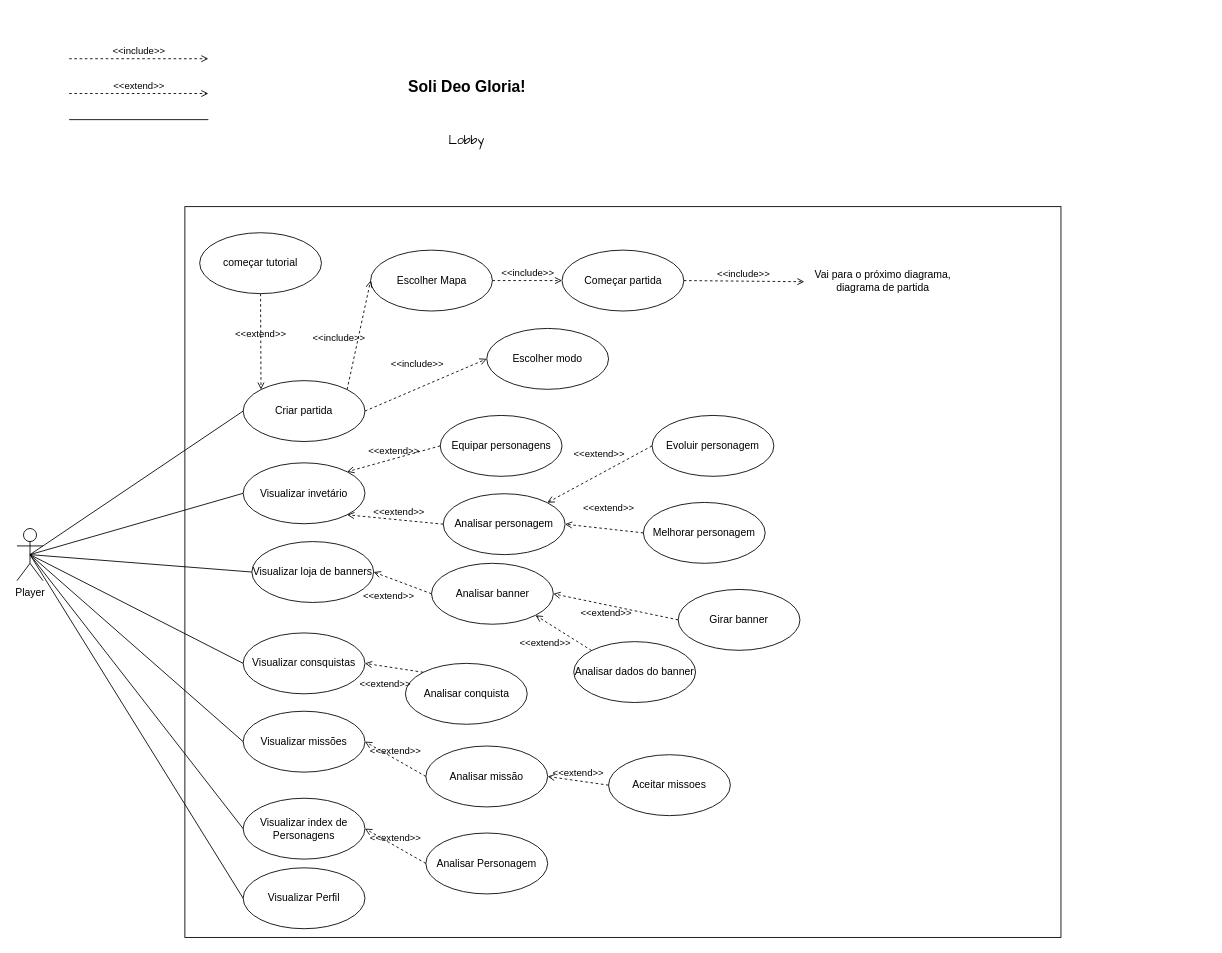
DEV-0ne-Jao/Projeto-Integrador keeps this draw.io diagram as In-Game -- Diagrama Casos de Uso.drawio. Above is the earlier version. Source tidied: cells renumbered, new cells numbered last; positions are measured from the earlier drawing's top-left corner, leaving out a move shared by most shapes. Both pictures are drawn from the tidied source at 87%, with x=0, y=0 at pixel (17, 58).
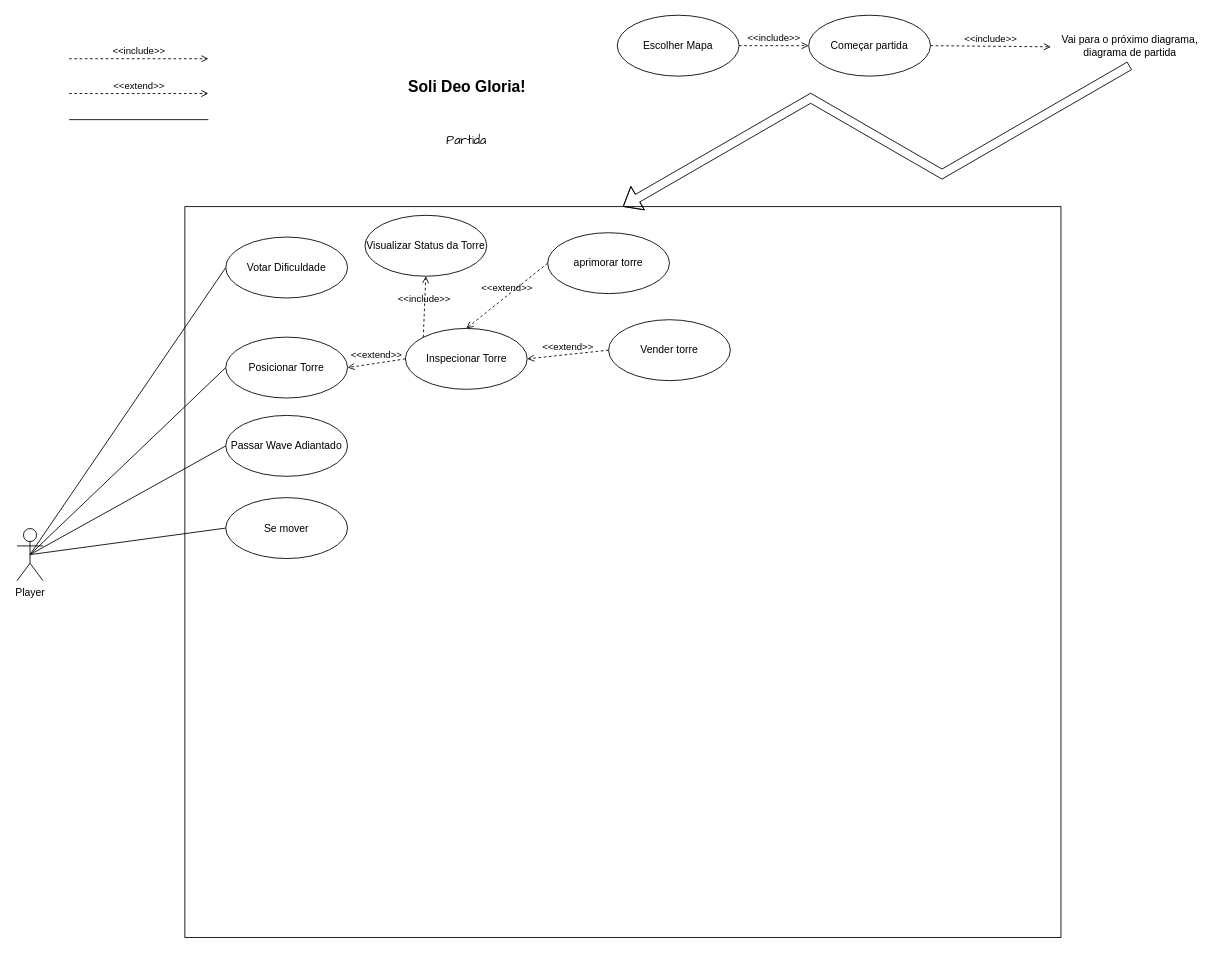
The same page after the edit.

The change refers to these unchanged cells:
```xml
<mxCell id="4" value="Player" style="shape=umlActor;verticalLabelPosition=bottom;verticalAlign=top;html=1;" parent="1" vertex="1">
  <mxGeometry y="540" width="30" height="60" as="geometry" />
</mxCell>
<mxCell id="5" style="rounded=0;whiteSpace=wrap;html=1;" parent="1" vertex="1">
  <mxGeometry x="193" y="170" width="1007" height="840" as="geometry" />
</mxCell>
```

Change to the diagram source:
```diff
@@
-    <mxCell id="2" value="&lt;font face=&quot;Comic Sans MS&quot; style=&quot;font-size: 14px;&quot;&gt;Lobby&lt;/font&gt;" style="text;html=1;align=center;verticalAlign=middle;whiteSpace=wrap;rounded=0;" parent="1" vertex="1">
+    <mxCell id="2" value="&lt;font face=&quot;Comic Sans MS&quot; style=&quot;font-size: 14px;&quot;&gt;Partida&lt;/font&gt;" style="text;html=1;align=center;verticalAlign=middle;whiteSpace=wrap;rounded=0;" parent="1" vertex="1">
       <mxGeometry x="486.5" y="80" width="60" height="30" as="geometry" />
     </mxCell>
@@
-    <mxCell id="6" value="Criar partida" style="ellipse;whiteSpace=wrap;html=1;" parent="1" vertex="1">
-      <mxGeometry x="260" y="370" width="140" height="70" as="geometry" />
+    <mxCell id="6" value="V&lt;span style=&quot;background-color: transparent; color: light-dark(rgb(0, 0, 0), rgb(255, 255, 255));&quot;&gt;otar Dificuldade&lt;/span&gt;" style="ellipse;whiteSpace=wrap;html=1;" parent="1" vertex="1">
+      <mxGeometry x="240" y="205" width="140" height="70" as="geometry" />
     </mxCell>
@@
-    <mxCell id="10" value="Equipar personagens" style="ellipse;whiteSpace=wrap;html=1;" parent="1" vertex="1">
-      <mxGeometry x="486.5" y="410" width="140" height="70" as="geometry" />
-    </mxCell>
-    <mxCell id="11" value="&amp;lt;&amp;lt;extend&amp;gt;&amp;gt;" style="html=1;verticalAlign=bottom;labelBackgroundColor=none;endArrow=open;endFill=0;dashed=1;rounded=0;entryX=0;entryY=0;entryDx=0;entryDy=0;exitX=0.5;exitY=1;exitDx=0;exitDy=0;" parent="1" edge="1" source="12" target="6">
-      <mxGeometry relative="1" as="geometry" />
-    </mxCell>
-    <mxCell id="12" value="começar tutorial" style="ellipse;whiteSpace=wrap;html=1;" parent="1" vertex="1">
-      <mxGeometry x="210" y="200" width="140" height="70" as="geometry" />
-    </mxCell>
     <mxCell id="13" value="Escolher Mapa" style="ellipse;whiteSpace=wrap;html=1;" parent="1" vertex="1">
-      <mxGeometry x="406.5" y="220" width="140" height="70" as="geometry" />
+      <mxGeometry x="690" y="-50" width="140" height="70" as="geometry" />
     </mxCell>
-    <mxCell id="14" value="&amp;lt;&amp;lt;include&amp;gt;&amp;gt;" style="html=1;verticalAlign=bottom;labelBackgroundColor=none;endArrow=open;endFill=0;dashed=1;rounded=0;exitX=1;exitY=0;exitDx=0;exitDy=0;entryX=0;entryY=0.5;entryDx=0;entryDy=0;" parent="1" edge="1" source="6" target="13">
-      <mxGeometry x="-0.26" y="20" relative="1" as="geometry" />
-    </mxCell>
@@
-    <mxCell id="16" style="endArrow=none;html=1;rounded=0;exitX=0.5;exitY=0.5;exitDx=0;exitDy=0;exitPerimeter=0;entryX=0;entryY=0.5;entryDx=0;entryDy=0;" parent="1" edge="1" source="4" target="43">
-      <mxGeometry relative="1" as="geometry" />
-    </mxCell>
-    <mxCell id="17" style="endArrow=none;html=1;rounded=0;exitX=0.5;exitY=0.5;exitDx=0;exitDy=0;exitPerimeter=0;entryX=0;entryY=0.5;entryDx=0;entryDy=0;" parent="1" edge="1" source="4" target="22">
-      <mxGeometry relative="1" as="geometry" />
-    </mxCell>
-    <mxCell id="18" value="Escolher modo" style="ellipse;whiteSpace=wrap;html=1;" parent="1" vertex="1">
-      <mxGeometry x="540" y="310" width="140" height="70" as="geometry" />
-    </mxCell>
-    <mxCell id="19" value="&amp;lt;&amp;lt;include&amp;gt;&amp;gt;" style="html=1;verticalAlign=bottom;labelBackgroundColor=none;endArrow=open;endFill=0;dashed=1;rounded=0;exitX=1;exitY=0.5;exitDx=0;exitDy=0;entryX=0;entryY=0.5;entryDx=0;entryDy=0;" parent="1" edge="1" source="6" target="18">
-      <mxGeometry x="-0.04" y="18" relative="1" as="geometry" />
-    </mxCell>
@@
     <mxCell id="21" value="Começar partida" style="ellipse;whiteSpace=wrap;html=1;" parent="1" vertex="1">
-      <mxGeometry x="626.5" y="220" width="140" height="70" as="geometry" />
+      <mxGeometry x="910" y="-50" width="140" height="70" as="geometry" />
     </mxCell>
-    <mxCell id="22" value="Visualizar invetário" style="ellipse;whiteSpace=wrap;html=1;" parent="1" vertex="1">
-      <mxGeometry x="260" y="464.5" width="140" height="70" as="geometry" />
-    </mxCell>
-    <mxCell id="23" value="&amp;lt;&amp;lt;extend&amp;gt;&amp;gt;" style="html=1;verticalAlign=bottom;labelBackgroundColor=none;endArrow=open;endFill=0;dashed=1;rounded=0;exitX=0;exitY=0.5;exitDx=0;exitDy=0;entryX=1;entryY=0;entryDx=0;entryDy=0;" parent="1" edge="1" source="10" target="22">
-      <mxGeometry relative="1" as="geometry" />
-    </mxCell>
-    <mxCell id="24" value="Evoluir personagem" style="ellipse;whiteSpace=wrap;html=1;" parent="1" vertex="1">
-      <mxGeometry x="730" y="410" width="140" height="70" as="geometry" />
-    </mxCell>
-    <mxCell id="25" value="&amp;lt;&amp;lt;extend&amp;gt;&amp;gt;" style="html=1;verticalAlign=bottom;labelBackgroundColor=none;endArrow=open;endFill=0;dashed=1;rounded=0;exitX=0;exitY=0.5;exitDx=0;exitDy=0;entryX=1;entryY=0;entryDx=0;entryDy=0;" parent="1" edge="1" source="24" target="33">
-      <mxGeometry x="-0.1" y="-13" relative="1" as="geometry" />
-    </mxCell>
-    <mxCell id="26" value="Visualizar consquistas" style="ellipse;whiteSpace=wrap;html=1;" parent="1" vertex="1">
-      <mxGeometry x="260" y="660" width="140" height="70" as="geometry" />
-    </mxCell>
-    <mxCell id="27" value="Visualizar missões" style="ellipse;whiteSpace=wrap;html=1;" parent="1" vertex="1">
-      <mxGeometry x="260" y="750" width="140" height="70" as="geometry" />
-    </mxCell>
-    <mxCell id="28" value="Aceitar missoes" style="ellipse;whiteSpace=wrap;html=1;" parent="1" vertex="1">
-      <mxGeometry x="680" y="800" width="140" height="70" as="geometry" />
-    </mxCell>
-    <mxCell id="29" value="&amp;lt;&amp;lt;extend&amp;gt;&amp;gt;" style="html=1;verticalAlign=bottom;labelBackgroundColor=none;endArrow=open;endFill=0;dashed=1;rounded=0;exitX=0;exitY=0.5;exitDx=0;exitDy=0;entryX=1;entryY=0.5;entryDx=0;entryDy=0;" parent="1" edge="1" source="28" target="40">
-      <mxGeometry relative="1" as="geometry" />
-    </mxCell>
-    <mxCell id="30" style="endArrow=none;html=1;rounded=0;exitX=0.5;exitY=0.5;exitDx=0;exitDy=0;exitPerimeter=0;entryX=0;entryY=0.5;entryDx=0;entryDy=0;" parent="1" edge="1" source="4" target="26">
-      <mxGeometry relative="1" as="geometry" />
-    </mxCell>
-    <mxCell id="31" style="endArrow=none;html=1;rounded=0;exitX=0.5;exitY=0.5;exitDx=0;exitDy=0;exitPerimeter=0;entryX=0;entryY=0.5;entryDx=0;entryDy=0;" parent="1" edge="1" source="4" target="27">
-      <mxGeometry relative="1" as="geometry" />
-    </mxCell>
-    <mxCell id="32" value="Visualizar index de Personagens" style="ellipse;whiteSpace=wrap;html=1;" parent="1" vertex="1">
-      <mxGeometry x="260" y="850" width="140" height="70" as="geometry" />
-    </mxCell>
-    <mxCell id="33" value="Analisar personagem" style="ellipse;whiteSpace=wrap;html=1;" parent="1" vertex="1">
-      <mxGeometry x="490" y="500" width="140" height="70" as="geometry" />
-    </mxCell>
-    <mxCell id="34" value="Melhorar personagem" style="ellipse;whiteSpace=wrap;html=1;" parent="1" vertex="1">
-      <mxGeometry x="720" y="510" width="140" height="70" as="geometry" />
-    </mxCell>
-    <mxCell id="35" value="&amp;lt;&amp;lt;extend&amp;gt;&amp;gt;" style="html=1;verticalAlign=bottom;labelBackgroundColor=none;endArrow=open;endFill=0;dashed=1;rounded=0;exitX=0;exitY=0.5;exitDx=0;exitDy=0;entryX=1;entryY=0.5;entryDx=0;entryDy=0;" parent="1" edge="1" source="34" target="33">
-      <mxGeometry x="-0.08" y="-15" relative="1" as="geometry" />
-    </mxCell>
-    <mxCell id="36" value="&amp;lt;&amp;lt;extend&amp;gt;&amp;gt;" style="html=1;verticalAlign=bottom;labelBackgroundColor=none;endArrow=open;endFill=0;dashed=1;rounded=0;exitX=0;exitY=0.5;exitDx=0;exitDy=0;entryX=1;entryY=1;entryDx=0;entryDy=0;" parent="1" edge="1" source="33" target="22">
-      <mxGeometry x="-0.09" relative="1" as="geometry" />
-    </mxCell>
@@
     <mxCell id="38" value="Vai para o próximo diagrama,&lt;div&gt;diagrama de partida&lt;/div&gt;" style="text;html=1;align=center;verticalAlign=middle;points=[];strokeColor=none;fillColor=none;" parent="1" vertex="1">
-      <mxGeometry x="905" y="235" width="180" height="40" as="geometry" />
+      <mxGeometry x="1188.5" y="-35" width="180" height="40" as="geometry" />
     </mxCell>
-    <mxCell id="39" style="endArrow=none;html=1;rounded=0;exitX=0.5;exitY=0.5;exitDx=0;exitDy=0;exitPerimeter=0;entryX=0;entryY=0.5;entryDx=0;entryDy=0;" parent="1" edge="1" source="4" target="32">
-      <mxGeometry relative="1" as="geometry" />
-    </mxCell>
-    <mxCell id="40" value="Analisar missão" style="ellipse;whiteSpace=wrap;html=1;" parent="1" vertex="1">
-      <mxGeometry x="470" y="790" width="140" height="70" as="geometry" />
-    </mxCell>
-    <mxCell id="41" value="&amp;lt;&amp;lt;extend&amp;gt;&amp;gt;" style="html=1;verticalAlign=bottom;labelBackgroundColor=none;endArrow=open;endFill=0;dashed=1;rounded=0;exitX=0;exitY=0.5;exitDx=0;exitDy=0;entryX=1;entryY=0.5;entryDx=0;entryDy=0;" parent="1" edge="1" source="40" target="27">
-      <mxGeometry relative="1" as="geometry" />
-    </mxCell>
-    <mxCell id="42" value="Girar banner" style="ellipse;whiteSpace=wrap;html=1;" parent="1" vertex="1">
-      <mxGeometry x="760" y="610" width="140" height="70" as="geometry" />
-    </mxCell>
-    <mxCell id="43" value="Visualizar loja de banners" style="ellipse;whiteSpace=wrap;html=1;" parent="1" vertex="1">
-      <mxGeometry x="270" y="555" width="140" height="70" as="geometry" />
-    </mxCell>
-    <mxCell id="44" value="&amp;lt;&amp;lt;extend&amp;gt;&amp;gt;" style="html=1;verticalAlign=bottom;labelBackgroundColor=none;endArrow=open;endFill=0;dashed=1;rounded=0;exitX=0;exitY=0.5;exitDx=0;exitDy=0;entryX=1;entryY=0.5;entryDx=0;entryDy=0;" parent="1" edge="1" source="42" target="45">
-      <mxGeometry x="0.1" y="18" relative="1" as="geometry" />
-    </mxCell>
-    <mxCell id="45" value="Analisar banner" style="ellipse;whiteSpace=wrap;html=1;" parent="1" vertex="1">
-      <mxGeometry x="476.5" y="580" width="140" height="70" as="geometry" />
-    </mxCell>
-    <mxCell id="46" value="&amp;lt;&amp;lt;extend&amp;gt;&amp;gt;" style="html=1;verticalAlign=bottom;labelBackgroundColor=none;endArrow=open;endFill=0;dashed=1;rounded=0;exitX=0;exitY=0.5;exitDx=0;exitDy=0;entryX=1;entryY=0.5;entryDx=0;entryDy=0;" parent="1" edge="1" source="45" target="43">
-      <mxGeometry x="0.18" y="29" relative="1" as="geometry" />
-    </mxCell>
-    <mxCell id="47" value="Analisar dados do banner" style="ellipse;whiteSpace=wrap;html=1;" parent="1" vertex="1">
-      <mxGeometry x="640" y="670" width="140" height="70" as="geometry" />
-    </mxCell>
-    <mxCell id="48" value="&amp;lt;&amp;lt;extend&amp;gt;&amp;gt;" style="html=1;verticalAlign=bottom;labelBackgroundColor=none;endArrow=open;endFill=0;dashed=1;rounded=0;exitX=0;exitY=0;exitDx=0;exitDy=0;entryX=1;entryY=1;entryDx=0;entryDy=0;" parent="1" edge="1" source="47" target="45">
-      <mxGeometry x="0.18" y="29" relative="1" as="geometry" />
-    </mxCell>
-    <mxCell id="49" value="Analisar conquista" style="ellipse;whiteSpace=wrap;html=1;" parent="1" vertex="1">
-      <mxGeometry x="446.5" y="695" width="140" height="70" as="geometry" />
-    </mxCell>
-    <mxCell id="50" value="&amp;lt;&amp;lt;extend&amp;gt;&amp;gt;" style="html=1;verticalAlign=bottom;labelBackgroundColor=none;endArrow=open;endFill=0;dashed=1;rounded=0;exitX=0;exitY=0;exitDx=0;exitDy=0;entryX=1;entryY=0.5;entryDx=0;entryDy=0;" parent="1" edge="1" source="49" target="26">
-      <mxGeometry x="0.18" y="29" relative="1" as="geometry" />
-    </mxCell>
-    <mxCell id="51" value="Visualizar Perfil" style="ellipse;whiteSpace=wrap;html=1;" parent="1" vertex="1">
-      <mxGeometry x="260" y="930" width="140" height="70" as="geometry" />
-    </mxCell>
-    <mxCell id="52" style="endArrow=none;html=1;rounded=0;exitX=0.5;exitY=0.5;exitDx=0;exitDy=0;exitPerimeter=0;entryX=0;entryY=0.5;entryDx=0;entryDy=0;" parent="1" edge="1" source="4" target="51">
-      <mxGeometry relative="1" as="geometry" />
-    </mxCell>
-    <mxCell id="53" value="Analisar Personagem" style="ellipse;whiteSpace=wrap;html=1;" parent="1" vertex="1">
-      <mxGeometry x="470" y="890" width="140" height="70" as="geometry" />
-    </mxCell>
-    <mxCell id="54" value="&amp;lt;&amp;lt;extend&amp;gt;&amp;gt;" style="html=1;verticalAlign=bottom;labelBackgroundColor=none;endArrow=open;endFill=0;dashed=1;rounded=0;exitX=0;exitY=0.5;exitDx=0;exitDy=0;entryX=1;entryY=0.5;entryDx=0;entryDy=0;" parent="1" edge="1" source="53" target="32">
-      <mxGeometry relative="1" as="geometry" />
-    </mxCell>
+    <mxCell id="55" style="shape=flexArrow;endArrow=classic;html=1;rounded=0;exitX=0.503;exitY=1.075;exitDx=0;exitDy=0;exitPerimeter=0;entryX=0.5;entryY=0;entryDx=0;entryDy=0;edgeStyle=isometricEdgeStyle;" parent="1" edge="1" source="38" target="5">
+      <mxGeometry relative="1" as="geometry" />
+    </mxCell>
+    <mxCell id="56" value="Posicionar Torre" style="ellipse;whiteSpace=wrap;html=1;" parent="1" vertex="1">
+      <mxGeometry x="240" y="320" width="140" height="70" as="geometry" />
+    </mxCell>
+    <mxCell id="57" value="aprimorar torre" style="ellipse;whiteSpace=wrap;html=1;" parent="1" vertex="1">
+      <mxGeometry x="610" y="200" width="140" height="70" as="geometry" />
+    </mxCell>
+    <mxCell id="58" value="Vender torre" style="ellipse;whiteSpace=wrap;html=1;" parent="1" vertex="1">
+      <mxGeometry x="680" y="300" width="140" height="70" as="geometry" />
+    </mxCell>
+    <mxCell id="59" value="Inspecionar Torre" style="ellipse;whiteSpace=wrap;html=1;" parent="1" vertex="1">
+      <mxGeometry x="446.5" y="310" width="140" height="70" as="geometry" />
+    </mxCell>
+    <mxCell id="60" value="&amp;lt;&amp;lt;extend&amp;gt;&amp;gt;" style="html=1;verticalAlign=bottom;labelBackgroundColor=none;endArrow=open;endFill=0;dashed=1;rounded=0;exitX=0;exitY=0.5;exitDx=0;exitDy=0;entryX=1;entryY=0.5;entryDx=0;entryDy=0;" parent="1" edge="1" source="59" target="56">
+      <mxGeometry relative="1" as="geometry" />
+    </mxCell>
+    <mxCell id="61" value="&amp;lt;&amp;lt;extend&amp;gt;&amp;gt;" style="html=1;verticalAlign=bottom;labelBackgroundColor=none;endArrow=open;endFill=0;dashed=1;rounded=0;exitX=0;exitY=0.5;exitDx=0;exitDy=0;entryX=1;entryY=0.5;entryDx=0;entryDy=0;" parent="1" edge="1" source="58" target="59">
+      <mxGeometry relative="1" as="geometry" />
+    </mxCell>
+    <mxCell id="62" value="&amp;lt;&amp;lt;extend&amp;gt;&amp;gt;" style="html=1;verticalAlign=bottom;labelBackgroundColor=none;endArrow=open;endFill=0;dashed=1;rounded=0;exitX=0;exitY=0.5;exitDx=0;exitDy=0;entryX=0.5;entryY=0;entryDx=0;entryDy=0;" parent="1" edge="1" source="57" target="59">
+      <mxGeometry relative="1" as="geometry" />
+    </mxCell>
+    <mxCell id="63" value="&amp;lt;&amp;lt;include&amp;gt;&amp;gt;" style="html=1;verticalAlign=bottom;labelBackgroundColor=none;endArrow=open;endFill=0;dashed=1;rounded=0;exitX=0;exitY=0;exitDx=0;exitDy=0;entryX=0.5;entryY=1;entryDx=0;entryDy=0;" parent="1" edge="1" source="59" target="64">
+      <mxGeometry relative="1" as="geometry" />
+    </mxCell>
+    <mxCell id="64" value="Visualizar Status da Torre" style="ellipse;whiteSpace=wrap;html=1;" parent="1" vertex="1">
+      <mxGeometry x="400" y="180" width="140" height="70" as="geometry" />
+    </mxCell>
+    <mxCell id="65" style="endArrow=none;html=1;rounded=0;exitX=0.5;exitY=0.5;exitDx=0;exitDy=0;exitPerimeter=0;entryX=0;entryY=0.5;entryDx=0;entryDy=0;" parent="1" edge="1" source="4" target="56">
+      <mxGeometry relative="1" as="geometry" />
+    </mxCell>
+    <mxCell id="66" value="Passar Wave Adiantado" style="ellipse;whiteSpace=wrap;html=1;" parent="1" vertex="1">
+      <mxGeometry x="240" y="410" width="140" height="70" as="geometry" />
+    </mxCell>
+    <mxCell id="67" style="endArrow=none;html=1;rounded=0;exitX=0.5;exitY=0.5;exitDx=0;exitDy=0;exitPerimeter=0;entryX=0;entryY=0.5;entryDx=0;entryDy=0;" parent="1" edge="1" source="4" target="66">
+      <mxGeometry relative="1" as="geometry" />
+    </mxCell>
+    <mxCell id="68" value="Se mover" style="ellipse;whiteSpace=wrap;html=1;" parent="1" vertex="1">
+      <mxGeometry x="240" y="504.5" width="140" height="70" as="geometry" />
+    </mxCell>
+    <mxCell id="69" style="endArrow=none;html=1;rounded=0;exitX=0.5;exitY=0.5;exitDx=0;exitDy=0;exitPerimeter=0;entryX=0;entryY=0.5;entryDx=0;entryDy=0;" parent="1" edge="1" source="4" target="68">
+      <mxGeometry relative="1" as="geometry" />
+    </mxCell>
```
